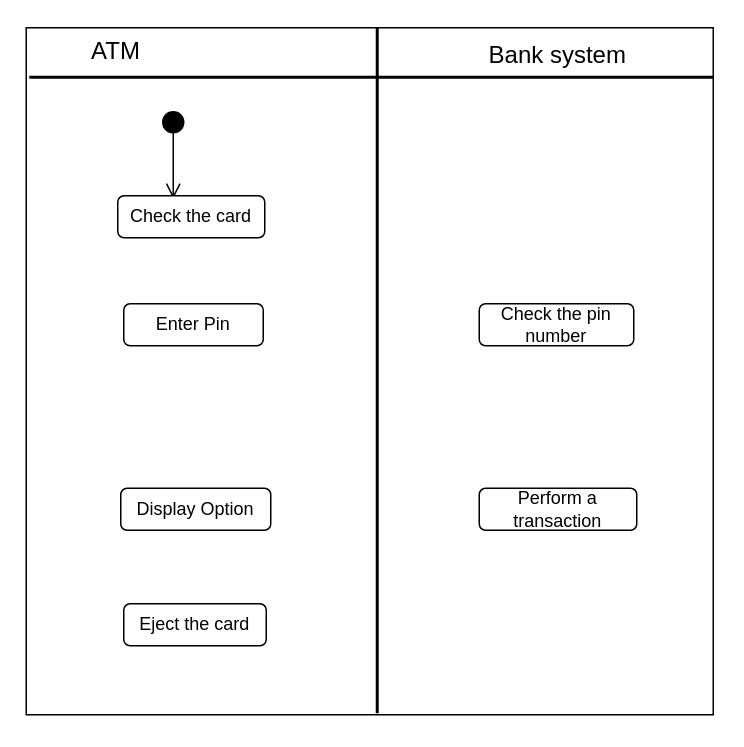
Earlier version of the draw.io diagram Acitvity Diagram.drawio (rslatif/draw.io-). Source tidied: cells renumbered, new cells numbered last; positions are measured from the earlier drawing's top-left corner, leaving out a move shared by most shapes. Both pictures are drawn from the tidied source at 150%, with x=0, y=0 at pixel (26, 27).
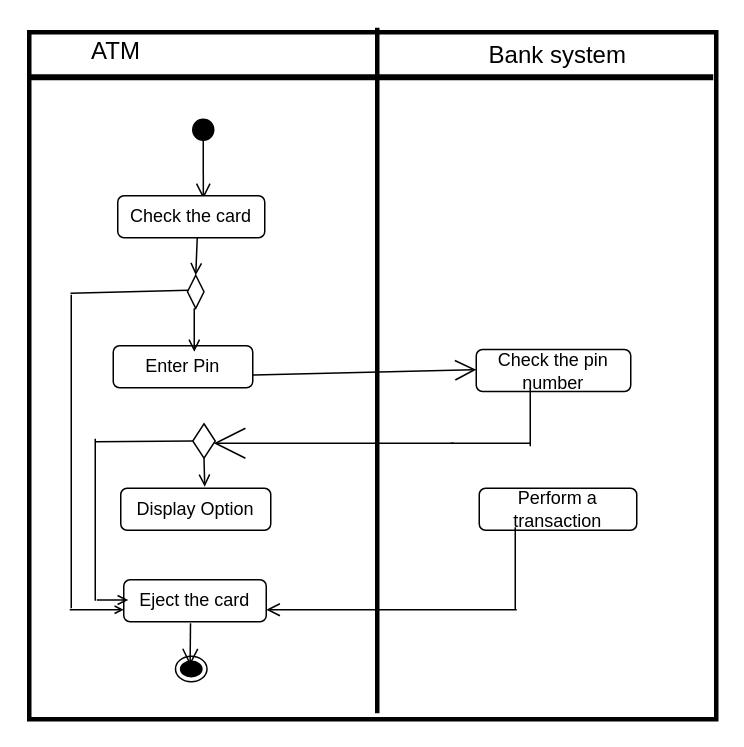
Above is the later version.

The change refers to these unchanged cells:
```xml
<mxCell id="8" value="Check the card" style="rounded=1;whiteSpace=wrap;html=1;" parent="1" vertex="1">
  <mxGeometry x="61" y="112" width="98" height="28" as="geometry" />
</mxCell>
```

The edit, as a diff of the source:
```diff
@@
-    <mxCell id="2" style="whiteSpace=wrap;html=1;" parent="1" vertex="1">
-      <mxGeometry width="458" height="458" as="geometry" />
+    <mxCell id="2" style="whiteSpace=wrap;html=1;strokeWidth=3;" parent="1" vertex="1">
+      <mxGeometry x="2" y="3" width="458" height="458" as="geometry" />
     </mxCell>
-    <mxCell id="3" style="line;strokeWidth=2;html=1;" parent="1" vertex="1">
+    <mxCell id="3" style="line;strokeWidth=4;html=1;" parent="1" vertex="1">
       <mxGeometry x="2" y="28" width="456" height="10" as="geometry" />
     </mxCell>
-    <mxCell id="4" style="line;strokeWidth=2;direction=south;html=1;" parent="1" vertex="1">
+    <mxCell id="4" style="line;strokeWidth=3;direction=south;html=1;" parent="1" vertex="1">
       <mxGeometry x="229" width="10" height="457" as="geometry" />
     </mxCell>
@@
-    <mxCell id="7" style="html=1;verticalAlign=bottom;startArrow=circle;startFill=1;endArrow=open;startSize=6;endSize=8;curved=0;rounded=0;fontSize=12;entryX=0.214;entryY=0.249;entryDx=0;entryDy=0;entryPerimeter=0;" parent="1" edge="1" target="2">
+    <mxCell id="7" style="html=1;verticalAlign=bottom;startArrow=circle;startFill=1;endArrow=open;startSize=6;endSize=8;curved=0;rounded=0;fontSize=12;entryX=0.582;entryY=0.071;entryDx=0;entryDy=0;entryPerimeter=0;" parent="1" edge="1" target="8">
       <mxGeometry x="-0.25" y="28" relative="1" as="geometry">
-        <mxPoint x="98" y="55" as="sourcePoint" />
+        <mxPoint x="118" y="60" as="sourcePoint" />
       </mxGeometry>
     </mxCell>
@@
     <mxCell id="9" value="Enter Pin" style="rounded=1;whiteSpace=wrap;html=1;" parent="1" vertex="1">
-      <mxGeometry x="65" y="184" width="93" height="28" as="geometry" />
+      <mxGeometry x="58" y="212" width="93" height="28" as="geometry" />
     </mxCell>
@@
     <mxCell id="11" value="Eject the card" style="rounded=1;whiteSpace=wrap;html=1;" parent="1" vertex="1">
-      <mxGeometry x="65" y="384" width="95" height="28" as="geometry" />
+      <mxGeometry x="65" y="368" width="95" height="28" as="geometry" />
     </mxCell>
     <mxCell id="12" value="Check the pin number" style="rounded=1;whiteSpace=wrap;html=1;" parent="1" vertex="1">
-      <mxGeometry x="302" y="184" width="103" height="28" as="geometry" />
+      <mxGeometry x="300" y="214.5" width="103" height="28" as="geometry" />
     </mxCell>
@@
+    <mxCell id="14" style="ellipse;html=1;shape=endState;fillColor=#000000;strokeColor=#000000;" parent="1" vertex="1">
+      <mxGeometry x="99.5" y="419" width="21" height="17" as="geometry" />
+    </mxCell>
+    <mxCell id="15" style="rhombus;whiteSpace=wrap;html=1;fontColor=#000000;fillColor=#FFFFFF;strokeColor=#000000;" parent="1" vertex="1">
+      <mxGeometry x="107.5" y="165" width="11" height="22" as="geometry" />
+    </mxCell>
+    <mxCell id="16" style="endArrow=open;endFill=1;endSize=6;html=1;rounded=0;fontSize=12;curved=1;entryX=0.5;entryY=0;entryDx=0;entryDy=0;strokeWidth=1;" parent="1" edge="1" target="15">
+      <mxGeometry relative="1" as="geometry">
+        <mxPoint x="114" y="140" as="sourcePoint" />
+      </mxGeometry>
+    </mxCell>
+    <mxCell id="17" style="endArrow=none;html=1;rounded=0;fontSize=12;startSize=8;endSize=8;curved=1;" parent="1" edge="1">
+      <mxGeometry relative="1" as="geometry">
+        <mxPoint x="29.5" y="177" as="sourcePoint" />
+        <mxPoint x="108" y="175" as="targetPoint" />
+      </mxGeometry>
+    </mxCell>
+    <mxCell id="18" style="endArrow=none;html=1;rounded=0;fontSize=12;startSize=8;endSize=9;curved=1;" parent="1" edge="1">
+      <mxGeometry relative="1" as="geometry">
+        <mxPoint x="30" y="178" as="sourcePoint" />
+        <mxPoint x="30" y="387" as="targetPoint" />
+      </mxGeometry>
+    </mxCell>
+    <mxCell id="19" style="endArrow=open;endFill=1;endSize=4;html=1;rounded=0;fontSize=12;curved=1;" parent="1" edge="1">
+      <mxGeometry relative="1" as="geometry">
+        <mxPoint x="29" y="388" as="sourcePoint" />
+        <mxPoint x="65" y="388" as="targetPoint" />
+      </mxGeometry>
+    </mxCell>
+    <mxCell id="20" style="endArrow=open;endFill=1;endSize=6;html=1;rounded=0;fontSize=12;curved=1;startSize=19;entryX=0.581;entryY=0.143;entryDx=0;entryDy=0;entryPerimeter=0;" parent="1" edge="1" target="9">
+      <mxGeometry relative="1" as="geometry">
+        <mxPoint x="112" y="187" as="sourcePoint" />
+      </mxGeometry>
+    </mxCell>
+    <mxCell id="21" style="endArrow=open;endFill=1;endSize=12;html=1;rounded=0;fontSize=12;curved=1;entryX=0;entryY=0.482;entryDx=0;entryDy=0;entryPerimeter=0;" parent="1" edge="1" target="12">
+      <mxGeometry relative="1" as="geometry">
+        <mxPoint x="151" y="231.5" as="sourcePoint" />
+      </mxGeometry>
+    </mxCell>
+    <mxCell id="22" style="rhombus;whiteSpace=wrap;html=1;fontColor=#000000;fillColor=#FFFFFF;strokeColor=#000000;" parent="1" vertex="1">
+      <mxGeometry x="111" y="264" width="15" height="23" as="geometry" />
+    </mxCell>
+    <mxCell id="23" style="endArrow=open;endFill=1;endSize=19;html=1;rounded=0;fontSize=12;curved=1;startSize=10;targetPerimeterSpacing=6;" parent="1" edge="1">
+      <mxGeometry relative="1" as="geometry">
+        <mxPoint x="285" y="277" as="sourcePoint" />
+        <mxPoint x="125" y="277" as="targetPoint" />
+      </mxGeometry>
+    </mxCell>
+    <mxCell id="24" style="endArrow=none;html=1;rounded=0;fontSize=12;startSize=8;endSize=8;curved=1;strokeWidth=1;" parent="1" edge="1">
+      <mxGeometry relative="1" as="geometry">
+        <mxPoint x="336" y="279" as="sourcePoint" />
+        <mxPoint x="336" y="240" as="targetPoint" />
+      </mxGeometry>
+    </mxCell>
+    <mxCell id="25" style="endArrow=none;html=1;rounded=0;fontSize=12;startSize=8;endSize=8;curved=1;strokeWidth=1;" parent="1" edge="1">
+      <mxGeometry relative="1" as="geometry">
+        <mxPoint x="283" y="277" as="sourcePoint" />
+        <mxPoint x="336" y="277" as="targetPoint" />
+      </mxGeometry>
+    </mxCell>
+    <mxCell id="26" style="endArrow=open;endFill=1;endSize=6;html=1;rounded=0;fontSize=12;curved=1;" parent="1" edge="1">
+      <mxGeometry relative="1" as="geometry">
+        <mxPoint x="118.5" y="287" as="sourcePoint" />
+        <mxPoint x="119" y="306" as="targetPoint" />
+      </mxGeometry>
+    </mxCell>
+    <mxCell id="27" style="endArrow=none;html=1;rounded=0;fontSize=12;startSize=8;endSize=8;curved=1;" parent="1" edge="1">
+      <mxGeometry relative="1" as="geometry">
+        <mxPoint x="46" y="276" as="sourcePoint" />
+        <mxPoint x="111" y="275.5" as="targetPoint" />
+      </mxGeometry>
+    </mxCell>
+    <mxCell id="28" style="endArrow=none;html=1;rounded=0;fontSize=12;startSize=8;endSize=8;curved=1;" parent="1" edge="1">
+      <mxGeometry relative="1" as="geometry">
+        <mxPoint x="46" y="382" as="sourcePoint" />
+        <mxPoint x="46" y="274" as="targetPoint" />
+      </mxGeometry>
+    </mxCell>
+    <mxCell id="29" style="endArrow=open;endFill=1;endSize=5;html=1;rounded=0;fontSize=12;curved=1;startSize=5;" parent="1" edge="1">
+      <mxGeometry relative="1" as="geometry">
+        <mxPoint x="47" y="381.5" as="sourcePoint" />
+        <mxPoint x="68" y="381.5" as="targetPoint" />
+      </mxGeometry>
+    </mxCell>
+    <mxCell id="30" style="endArrow=open;endFill=1;endSize=7;html=1;rounded=0;fontSize=12;curved=1;" parent="1" edge="1">
+      <mxGeometry relative="1" as="geometry">
+        <mxPoint x="327" y="388" as="sourcePoint" />
+        <mxPoint x="160" y="388" as="targetPoint" />
+      </mxGeometry>
+    </mxCell>
+    <mxCell id="31" style="endArrow=none;html=1;rounded=0;fontSize=12;startSize=8;endSize=8;curved=1;" parent="1" edge="1">
+      <mxGeometry relative="1" as="geometry">
+        <mxPoint x="326" y="388" as="sourcePoint" />
+        <mxPoint x="326" y="333" as="targetPoint" />
+      </mxGeometry>
+    </mxCell>
+    <mxCell id="32" style="endArrow=open;endFill=1;endSize=9;html=1;rounded=0;fontSize=12;curved=1;entryX=0.464;entryY=0.364;entryDx=0;entryDy=0;entryPerimeter=0;" parent="1" edge="1" target="14">
+      <mxGeometry relative="1" as="geometry">
+        <mxPoint x="109.5" y="397" as="sourcePoint" />
+      </mxGeometry>
+    </mxCell>
```
